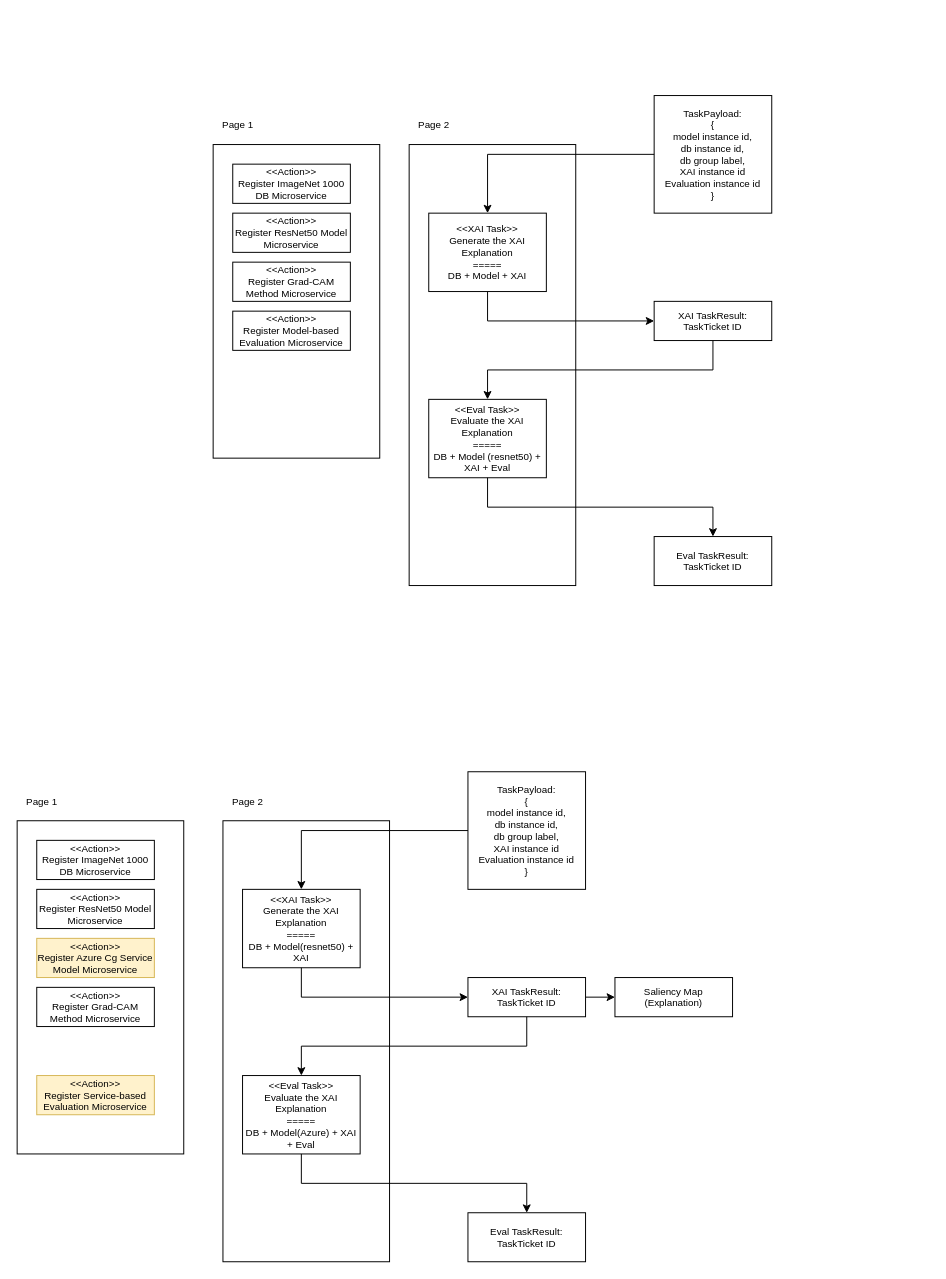
This is page "Task&Pipeline" (10 of 10) of docs/diagram.drawio from ZeruiW/XAI-Service, a draw.io file, before an edit. Source tidied: cells renumbered, new cells numbered last; positions are measured from the earlier drawing's top-left corner, leaving out a move shared by most shapes. Both pictures are drawn from the tidied source at 98%, with x=0, y=0 at pixel (17, 95).
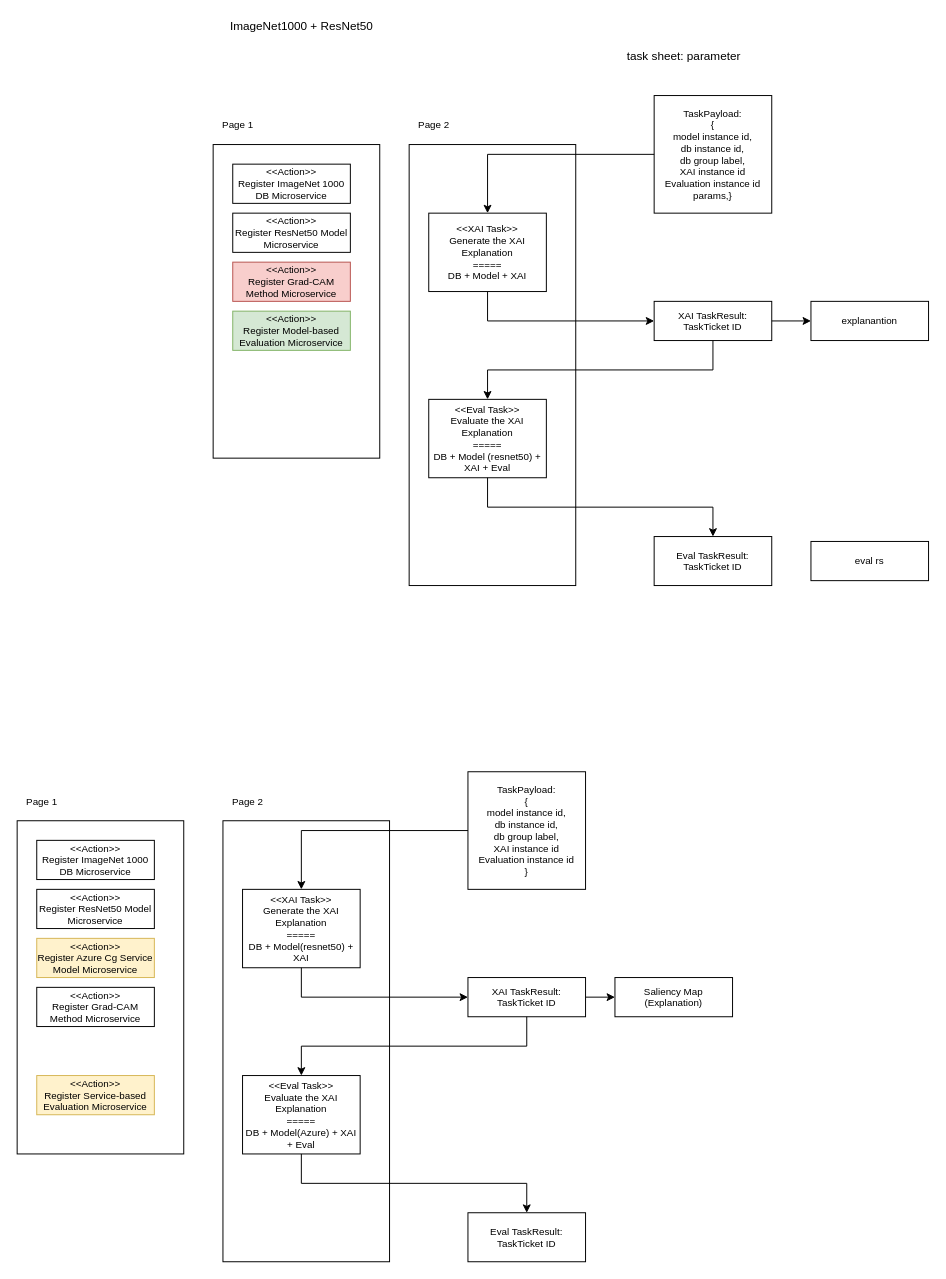
After the change.

Unchanged cells that the change refers to:
```xml
<mxCell id="17" value="XAI TaskResult:&lt;br&gt;TaskTicket ID" style="rounded=0;whiteSpace=wrap;html=1;fontSize=10;fontColor=#000000;fillColor=none;align=center;" parent="1" vertex="1">
  <mxGeometry x="650" y="210" width="120" height="40" as="geometry" />
</mxCell>
```

The edit, as a diff of the source:
```diff
@@
-    <mxCell id="6" value="&amp;lt;&amp;lt;Action&amp;gt;&amp;gt;&lt;br&gt;Register Grad-CAM Method Microservice" style="rounded=0;whiteSpace=wrap;html=1;fontSize=10;fontColor=#000000;fillColor=none;align=center;" parent="1" vertex="1">
+    <mxCell id="6" value="&amp;lt;&amp;lt;Action&amp;gt;&amp;gt;&lt;br&gt;Register Grad-CAM Method Microservice" style="rounded=0;whiteSpace=wrap;html=1;fontSize=10;fillColor=#f8cecc;align=center;strokeColor=#b85450;" parent="1" vertex="1">
       <mxGeometry x="220" y="170" width="120" height="40" as="geometry" />
     </mxCell>
-    <mxCell id="7" value="&amp;lt;&amp;lt;Action&amp;gt;&amp;gt;&lt;br&gt;Register Model-based Evaluation Microservice" style="rounded=0;whiteSpace=wrap;html=1;fontSize=10;fontColor=#000000;fillColor=none;align=center;" parent="1" vertex="1">
+    <mxCell id="7" value="&amp;lt;&amp;lt;Action&amp;gt;&amp;gt;&lt;br&gt;Register Model-based Evaluation Microservice" style="rounded=0;whiteSpace=wrap;html=1;fontSize=10;fillColor=#d5e8d4;align=center;strokeColor=#82b366;" parent="1" vertex="1">
       <mxGeometry x="220" y="220" width="120" height="40" as="geometry" />
     </mxCell>
@@
-    <mxCell id="15" value="TaskPayload:&lt;br&gt;{&lt;br&gt;model instance id,&lt;br&gt;db instance id,&lt;br&gt;db group label,&lt;br&gt;XAI instance id&lt;br&gt;Evaluation instance id&lt;br&gt;}" style="rounded=0;whiteSpace=wrap;html=1;fontSize=10;fontColor=#000000;fillColor=none;align=center;" parent="1" vertex="1">
+    <mxCell id="15" value="TaskPayload:&lt;br&gt;{&lt;br&gt;model instance id,&lt;br&gt;db instance id,&lt;br&gt;db group label,&lt;br&gt;XAI instance id&lt;br&gt;Evaluation instance id&lt;br&gt;params,}" style="rounded=0;whiteSpace=wrap;html=1;fontSize=10;fontColor=#000000;fillColor=none;align=center;" parent="1" vertex="1">
       <mxGeometry x="650" width="120" height="120" as="geometry" />
     </mxCell>
@@
+    <mxCell id="39" style="edgeStyle=orthogonalEdgeStyle;rounded=0;jettySize=auto;html=1;exitX=1;exitY=0.5;exitDx=0;exitDy=0;entryX=0;entryY=0.5;entryDx=0;entryDy=0;" parent="1" edge="1" source="17" target="42">
+      <mxGeometry relative="1" as="geometry" />
+    </mxCell>
@@
+    <mxCell id="40" value="ImageNet1000 + ResNet50" style="text;html=1;align=center;verticalAlign=middle;strokeColor=none;fillColor=none;" parent="1" vertex="1">
+      <mxGeometry x="210" y="-80" width="160" height="20" as="geometry" />
+    </mxCell>
+    <mxCell id="41" value="task sheet: parameter" style="text;html=1;align=center;verticalAlign=middle;strokeColor=none;fillColor=none;" parent="1" vertex="1">
+      <mxGeometry x="615" y="-50" width="130" height="20" as="geometry" />
+    </mxCell>
+    <mxCell id="42" value="explanantion" style="rounded=0;whiteSpace=wrap;html=1;fontSize=10;fontColor=#000000;fillColor=none;align=center;" parent="1" vertex="1">
+      <mxGeometry x="810" y="210" width="120" height="40" as="geometry" />
+    </mxCell>
+    <mxCell id="43" value="eval rs" style="rounded=0;whiteSpace=wrap;html=1;fontSize=10;fontColor=#000000;fillColor=none;align=center;" parent="1" vertex="1">
+      <mxGeometry x="810" y="455" width="120" height="40" as="geometry" />
+    </mxCell>
```
